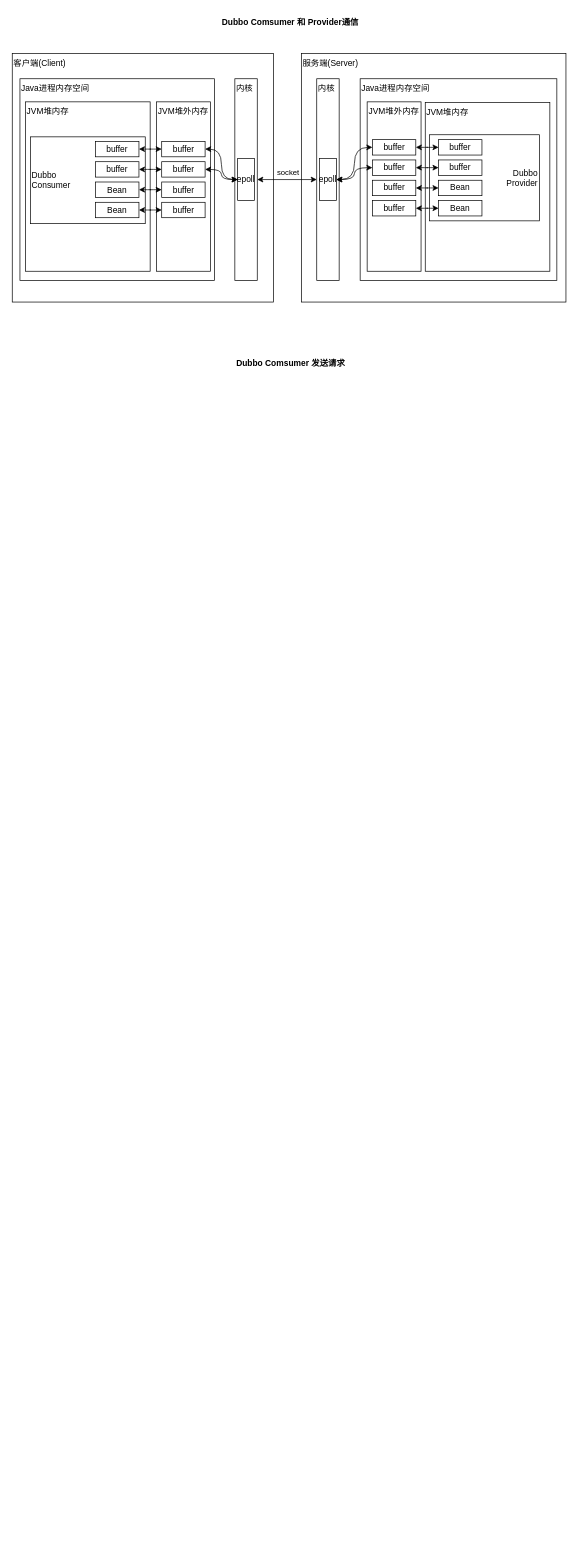
Above: fakeDubbo.drawio in catface996/images (draw.io), before the change. Source tidied: cells renumbered, new cells numbered last; positions are measured from the earlier drawing's top-left corner, leaving out a move shared by most shapes. Both pictures are drawn from the tidied source at 70%, with x=0, y=0 at pixel (12, 15).
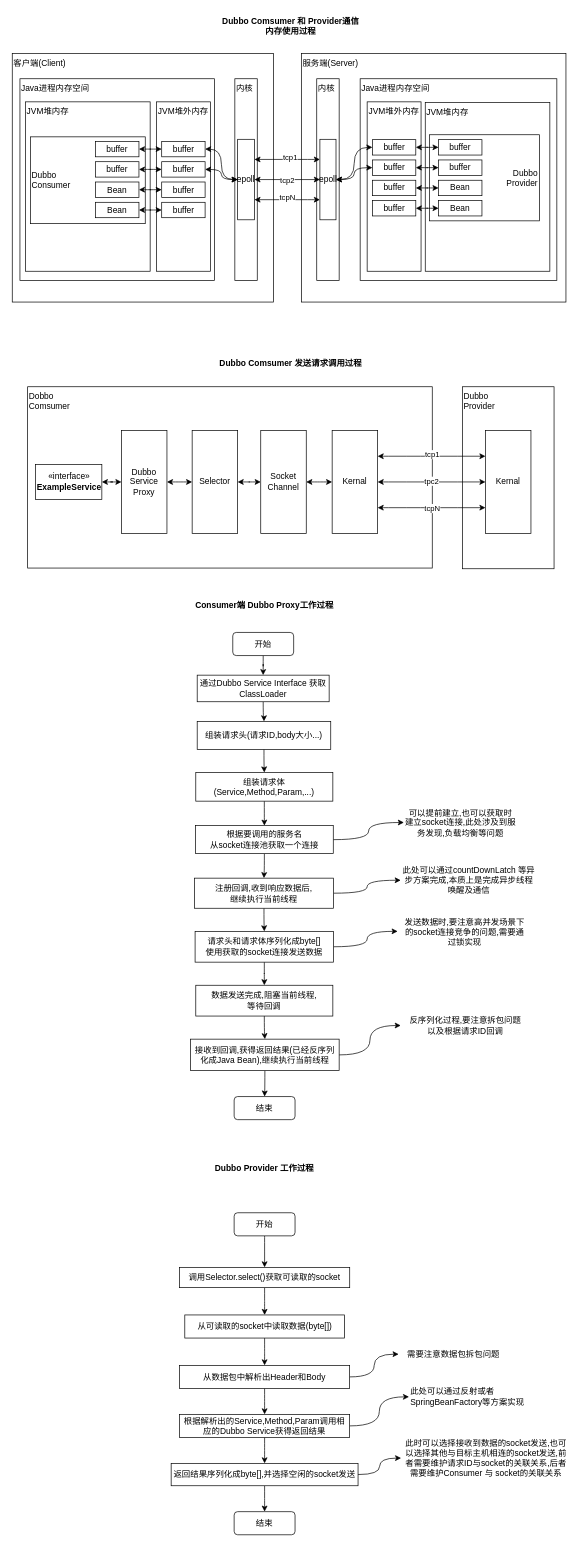
Above is the later version.

The change refers to these unchanged cells:
```xml
<mxCell id="7" value="内核" style="rounded=0;whiteSpace=wrap;html=1;align=left;verticalAlign=top;" parent="1" vertex="1">
  <mxGeometry x="318" y="90" width="32" height="288" as="geometry" />
</mxCell>
<mxCell id="8" value="内核" style="rounded=0;whiteSpace=wrap;html=1;align=left;verticalAlign=top;" parent="1" vertex="1">
  <mxGeometry x="435" y="90" width="32" height="288" as="geometry" />
</mxCell>
```

The edit, as a diff of the source:
```diff
@@
-    <mxCell id="5" style="edgeStyle=orthogonalEdgeStyle;rounded=0;jettySize=auto;html=1;entryX=0;entryY=0.5;entryDx=0;entryDy=0;startArrow=classic;startFill=1;" parent="1" edge="1" source="7" target="8">
-      <mxGeometry relative="1" as="geometry" />
-    </mxCell>
-    <mxCell id="6" value="socket" style="edgeLabel;html=1;align=center;verticalAlign=middle;labelBackgroundColor=none;" parent="5" vertex="1">
-      <mxGeometry relative="1" as="geometry">
-        <mxPoint y="-11" as="offset" />
-      </mxGeometry>
-    </mxCell>
@@
     <mxCell id="10" value="epoll" style="rounded=0;whiteSpace=wrap;html=1;labelBackgroundColor=none;align=center;verticalAlign=middle;" parent="1" vertex="1">
-      <mxGeometry x="322" y="204" width="24" height="60" as="geometry" />
+      <mxGeometry x="322" y="176.5" width="24" height="115" as="geometry" />
     </mxCell>
+    <mxCell id="48" style="edgeStyle=orthogonalEdgeStyle;curved=1;rounded=0;jettySize=auto;html=1;entryX=1;entryY=0.25;entryDx=0;entryDy=0;startArrow=classic;startFill=1;exitX=0;exitY=0.25;exitDx=0;exitDy=0;" parent="1" edge="1" source="11" target="10">
+      <mxGeometry relative="1" as="geometry" />
+    </mxCell>
+    <mxCell id="49" value="tcp1" style="edgeLabel;html=1;align=center;verticalAlign=middle;" parent="48" vertex="1">
+      <mxGeometry x="-0.09" y="-3" relative="1" as="geometry" />
+    </mxCell>
+    <mxCell id="50" style="edgeStyle=orthogonalEdgeStyle;curved=1;rounded=0;jettySize=auto;html=1;entryX=1;entryY=0.75;entryDx=0;entryDy=0;startArrow=classic;startFill=1;exitX=0;exitY=0.75;exitDx=0;exitDy=0;" parent="1" edge="1" source="11" target="10">
+      <mxGeometry relative="1" as="geometry" />
+    </mxCell>
+    <mxCell id="51" value="tcpN" style="edgeLabel;html=1;align=center;verticalAlign=middle;" parent="50" vertex="1">
+      <mxGeometry x="0.01" y="-3" relative="1" as="geometry" />
+    </mxCell>
     <mxCell id="11" value="epoll" style="rounded=0;whiteSpace=wrap;html=1;labelBackgroundColor=none;align=center;verticalAlign=middle;" parent="1" vertex="1">
-      <mxGeometry x="439" y="204" width="24" height="60" as="geometry" />
+      <mxGeometry x="439.5" y="176.5" width="23" height="115" as="geometry" />
     </mxCell>
@@
-    <mxCell id="46" value="Dubbo Comsumer 和 Provider通信" style="text;html=1;strokeColor=none;fillColor=none;align=center;verticalAlign=middle;whiteSpace=wrap;rounded=0;labelBackgroundColor=none;fontStyle=1;" parent="1" vertex="1">
-      <mxGeometry x="267" width="261" height="20" as="geometry" />
+    <mxCell id="46" value="Dubbo Comsumer 和 Provider通信&lt;br&gt;内存使用过程" style="text;html=1;strokeColor=none;fillColor=none;align=center;verticalAlign=middle;whiteSpace=wrap;rounded=0;labelBackgroundColor=none;fontStyle=1;" parent="1" vertex="1">
+      <mxGeometry x="266" y="-5" width="264" height="39" as="geometry" />
     </mxCell>
-    <mxCell id="47" value="Dubbo Comsumer 发送请求" style="text;html=1;strokeColor=none;fillColor=none;align=center;verticalAlign=middle;whiteSpace=wrap;rounded=0;labelBackgroundColor=none;fontStyle=1;" parent="1" vertex="1">
-      <mxGeometry x="303" y="487" width="190" height="20" as="geometry" />
+    <mxCell id="47" value="Dubbo Comsumer 发送请求调用过程" style="text;html=1;strokeColor=none;fillColor=none;align=center;verticalAlign=middle;whiteSpace=wrap;rounded=0;labelBackgroundColor=none;fontStyle=1;" parent="1" vertex="1">
+      <mxGeometry x="280" y="487" width="236" height="20" as="geometry" />
     </mxCell>
+    <mxCell id="52" value="Dobbo&lt;br&gt;Comsumer" style="rounded=0;whiteSpace=wrap;html=1;labelBackgroundColor=none;align=left;verticalAlign=top;" parent="1" vertex="1">
+      <mxGeometry x="22" y="530" width="578" height="259" as="geometry" />
+    </mxCell>
+    <mxCell id="53" style="edgeStyle=orthogonalEdgeStyle;curved=1;rounded=0;jettySize=auto;html=1;entryX=0;entryY=0.5;entryDx=0;entryDy=0;startArrow=classic;startFill=1;" parent="1" edge="1" source="54" target="56">
+      <mxGeometry relative="1" as="geometry" />
+    </mxCell>
+    <mxCell id="54" value="«interface»&lt;br&gt;&lt;b&gt;ExampleService&lt;/b&gt;" style="html=1;labelBackgroundColor=none;align=center;verticalAlign=middle;" parent="1" vertex="1">
+      <mxGeometry x="33" y="641" width="95" height="50" as="geometry" />
+    </mxCell>
+    <mxCell id="55" style="edgeStyle=orthogonalEdgeStyle;curved=1;rounded=0;jettySize=auto;html=1;entryX=0;entryY=0.5;entryDx=0;entryDy=0;startArrow=classic;startFill=1;" parent="1" edge="1" source="56" target="58">
+      <mxGeometry relative="1" as="geometry" />
+    </mxCell>
+    <mxCell id="56" value="Dubbo&lt;br&gt;Service&lt;br&gt;Proxy" style="rounded=0;whiteSpace=wrap;html=1;labelBackgroundColor=none;align=center;verticalAlign=middle;" parent="1" vertex="1">
+      <mxGeometry x="156" y="592.5" width="65" height="147" as="geometry" />
+    </mxCell>
+    <mxCell id="57" style="edgeStyle=orthogonalEdgeStyle;curved=1;rounded=0;jettySize=auto;html=1;entryX=0;entryY=0.5;entryDx=0;entryDy=0;startArrow=classic;startFill=1;" parent="1" edge="1" source="58" target="60">
+      <mxGeometry relative="1" as="geometry" />
+    </mxCell>
+    <mxCell id="58" value="Selector" style="rounded=0;whiteSpace=wrap;html=1;labelBackgroundColor=none;align=center;verticalAlign=middle;" parent="1" vertex="1">
+      <mxGeometry x="257" y="592.5" width="65" height="147" as="geometry" />
+    </mxCell>
+    <mxCell id="59" style="edgeStyle=orthogonalEdgeStyle;curved=1;rounded=0;jettySize=auto;html=1;entryX=0;entryY=0.5;entryDx=0;entryDy=0;startArrow=classic;startFill=1;" parent="1" edge="1" source="60" target="61">
+      <mxGeometry relative="1" as="geometry" />
+    </mxCell>
+    <mxCell id="60" value="Socket&lt;br&gt;Channel" style="rounded=0;whiteSpace=wrap;html=1;labelBackgroundColor=none;align=center;verticalAlign=middle;" parent="1" vertex="1">
+      <mxGeometry x="355" y="592.5" width="65" height="147" as="geometry" />
+    </mxCell>
+    <mxCell id="61" value="Kernal" style="rounded=0;whiteSpace=wrap;html=1;labelBackgroundColor=none;align=center;verticalAlign=middle;" parent="1" vertex="1">
+      <mxGeometry x="457" y="592.5" width="65" height="147" as="geometry" />
+    </mxCell>
+    <mxCell id="62" value="Dubbo&lt;br&gt;Provider" style="rounded=0;whiteSpace=wrap;html=1;labelBackgroundColor=none;align=left;verticalAlign=top;" parent="1" vertex="1">
+      <mxGeometry x="643" y="530" width="131" height="260" as="geometry" />
+    </mxCell>
+    <mxCell id="63" value="Kernal" style="rounded=0;whiteSpace=wrap;html=1;labelBackgroundColor=none;align=center;verticalAlign=middle;" parent="1" vertex="1">
+      <mxGeometry x="676" y="592.5" width="65" height="147" as="geometry" />
+    </mxCell>
+    <mxCell id="5" style="edgeStyle=orthogonalEdgeStyle;rounded=0;jettySize=auto;html=1;entryX=0;entryY=0.5;entryDx=0;entryDy=0;startArrow=classic;startFill=1;exitX=1;exitY=0.5;exitDx=0;exitDy=0;" parent="1" edge="1" source="10" target="11">
+      <mxGeometry relative="1" as="geometry" />
+    </mxCell>
+    <mxCell id="64" value="tcp2" style="edgeLabel;html=1;align=center;verticalAlign=middle;" parent="5" vertex="1">
+      <mxGeometry x="-0.01" relative="1" as="geometry" />
+    </mxCell>
+    <mxCell id="65" style="edgeStyle=orthogonalEdgeStyle;curved=1;rounded=0;jettySize=auto;html=1;entryX=0;entryY=0.5;entryDx=0;entryDy=0;startArrow=classic;startFill=1;" parent="1" edge="1" source="61" target="63">
+      <mxGeometry relative="1" as="geometry" />
+    </mxCell>
+    <mxCell id="66" value="tpc2" style="edgeLabel;html=1;align=center;verticalAlign=middle;" parent="65" vertex="1">
+      <mxGeometry x="0.1" y="2" relative="1" as="geometry">
+        <mxPoint x="-9" as="offset" />
+      </mxGeometry>
+    </mxCell>
+    <mxCell id="67" style="edgeStyle=orthogonalEdgeStyle;curved=1;rounded=0;jettySize=auto;html=1;entryX=0;entryY=0.25;entryDx=0;entryDy=0;startArrow=classic;startFill=1;exitX=1;exitY=0.25;exitDx=0;exitDy=0;" parent="1" edge="1" source="61" target="63">
+      <mxGeometry relative="1" as="geometry" />
+    </mxCell>
+    <mxCell id="68" value="tcp1" style="edgeLabel;html=1;align=center;verticalAlign=middle;" parent="67" vertex="1">
+      <mxGeometry y="3" relative="1" as="geometry" />
+    </mxCell>
+    <mxCell id="69" style="edgeStyle=orthogonalEdgeStyle;curved=1;rounded=0;jettySize=auto;html=1;entryX=0;entryY=0.75;entryDx=0;entryDy=0;startArrow=classic;startFill=1;exitX=1;exitY=0.75;exitDx=0;exitDy=0;" parent="1" edge="1" source="61" target="63">
+      <mxGeometry relative="1" as="geometry" />
+    </mxCell>
+    <mxCell id="70" value="tcpN" style="edgeLabel;html=1;align=center;verticalAlign=middle;" parent="69" vertex="1">
+      <mxGeometry y="-1" relative="1" as="geometry" />
+    </mxCell>
+    <mxCell id="71" value="Consumer端 Dubbo Proxy工作过程" style="text;html=1;strokeColor=none;fillColor=none;align=center;verticalAlign=middle;whiteSpace=wrap;rounded=0;labelBackgroundColor=none;fontStyle=1;" parent="1" vertex="1">
+      <mxGeometry x="184" y="826" width="353" height="33" as="geometry" />
+    </mxCell>
+    <mxCell id="72" style="edgeStyle=orthogonalEdgeStyle;curved=1;rounded=0;jettySize=auto;html=1;entryX=0.5;entryY=0;entryDx=0;entryDy=0;startArrow=none;startFill=0;" parent="1" edge="1" source="73" target="75">
+      <mxGeometry relative="1" as="geometry" />
+    </mxCell>
+    <mxCell id="73" value="开始" style="rounded=1;whiteSpace=wrap;html=1;labelBackgroundColor=none;align=center;verticalAlign=middle;" parent="1" vertex="1">
+      <mxGeometry x="315" y="881" width="87" height="33" as="geometry" />
+    </mxCell>
+    <mxCell id="74" style="edgeStyle=orthogonalEdgeStyle;curved=1;rounded=0;jettySize=auto;html=1;entryX=0.5;entryY=0;entryDx=0;entryDy=0;startArrow=none;startFill=0;" parent="1" edge="1" source="75" target="77">
+      <mxGeometry relative="1" as="geometry" />
+    </mxCell>
+    <mxCell id="75" value="通过Dubbo Service Interface 获取 ClassLoader" style="rounded=0;whiteSpace=wrap;html=1;labelBackgroundColor=none;align=center;verticalAlign=middle;" parent="1" vertex="1">
+      <mxGeometry x="264.2" y="942" width="188.5" height="38" as="geometry" />
+    </mxCell>
+    <mxCell id="76" style="edgeStyle=orthogonalEdgeStyle;curved=1;rounded=0;jettySize=auto;html=1;entryX=0.5;entryY=0;entryDx=0;entryDy=0;startArrow=none;startFill=0;" parent="1" edge="1" source="77" target="80">
+      <mxGeometry relative="1" as="geometry" />
+    </mxCell>
+    <mxCell id="77" value="组装请求头(请求ID,body大小...)" style="rounded=0;whiteSpace=wrap;html=1;labelBackgroundColor=none;align=center;verticalAlign=middle;" parent="1" vertex="1">
+      <mxGeometry x="264.2" y="1008" width="190.8" height="40" as="geometry" />
+    </mxCell>
+    <mxCell id="78" style="edgeStyle=orthogonalEdgeStyle;curved=1;rounded=0;jettySize=auto;html=1;startArrow=none;startFill=0;exitX=1;exitY=0.5;exitDx=0;exitDy=0;" parent="1" edge="1" source="82" target="91">
+      <mxGeometry relative="1" as="geometry" />
+    </mxCell>
+    <mxCell id="79" style="edgeStyle=orthogonalEdgeStyle;curved=1;rounded=0;jettySize=auto;html=1;startArrow=none;startFill=0;" parent="1" edge="1" source="80" target="82">
+      <mxGeometry relative="1" as="geometry" />
+    </mxCell>
+    <mxCell id="80" value="组装请求体(Service,Method,Param,...)" style="rounded=0;whiteSpace=wrap;html=1;labelBackgroundColor=none;align=center;verticalAlign=middle;" parent="1" vertex="1">
+      <mxGeometry x="262.2" y="1081" width="195.8" height="41" as="geometry" />
+    </mxCell>
+    <mxCell id="81" style="edgeStyle=orthogonalEdgeStyle;curved=1;rounded=0;jettySize=auto;html=1;startArrow=none;startFill=0;" parent="1" edge="1" source="82" target="88">
+      <mxGeometry relative="1" as="geometry" />
+    </mxCell>
+    <mxCell id="82" value="根据要调用的服务名&lt;br&gt;从socket连接池获取一个连接" style="rounded=0;whiteSpace=wrap;html=1;labelBackgroundColor=none;align=center;verticalAlign=middle;" parent="1" vertex="1">
+      <mxGeometry x="261.8" y="1157" width="196.8" height="40" as="geometry" />
+    </mxCell>
+    <mxCell id="83" style="edgeStyle=orthogonalEdgeStyle;curved=1;rounded=0;jettySize=auto;html=1;startArrow=none;startFill=0;" parent="1" edge="1" source="85" target="90">
+      <mxGeometry relative="1" as="geometry" />
+    </mxCell>
+    <mxCell id="84" style="edgeStyle=orthogonalEdgeStyle;curved=1;rounded=0;jettySize=auto;html=1;entryX=-0.024;entryY=0.485;entryDx=0;entryDy=0;entryPerimeter=0;startArrow=none;startFill=0;" parent="1" edge="1" source="85" target="97">
+      <mxGeometry relative="1" as="geometry" />
+    </mxCell>
+    <mxCell id="85" value="请求头和请求体序列化成byte[]&lt;br&gt;使用获取的socket连接发送数据" style="rounded=0;whiteSpace=wrap;html=1;labelBackgroundColor=none;align=center;verticalAlign=middle;" parent="1" vertex="1">
+      <mxGeometry x="261.2" y="1308" width="197.8" height="44" as="geometry" />
+    </mxCell>
+    <mxCell id="86" style="edgeStyle=orthogonalEdgeStyle;curved=1;rounded=0;jettySize=auto;html=1;entryX=0.5;entryY=0;entryDx=0;entryDy=0;startArrow=none;startFill=0;" parent="1" edge="1" source="88" target="85">
+      <mxGeometry relative="1" as="geometry" />
+    </mxCell>
+    <mxCell id="87" style="edgeStyle=orthogonalEdgeStyle;curved=1;rounded=0;jettySize=auto;html=1;entryX=0;entryY=0.5;entryDx=0;entryDy=0;startArrow=none;startFill=0;" parent="1" edge="1" source="88" target="96">
+      <mxGeometry relative="1" as="geometry" />
+    </mxCell>
+    <mxCell id="88" value="注册回调,收到响应数据后,&lt;br&gt;继续执行当前线程" style="rounded=0;whiteSpace=wrap;html=1;labelBackgroundColor=none;align=center;verticalAlign=middle;" parent="1" vertex="1">
+      <mxGeometry x="260.2" y="1232" width="198.8" height="43" as="geometry" />
+    </mxCell>
+    <mxCell id="89" style="edgeStyle=orthogonalEdgeStyle;curved=1;rounded=0;jettySize=auto;html=1;startArrow=none;startFill=0;" parent="1" edge="1" source="90" target="94">
+      <mxGeometry relative="1" as="geometry" />
+    </mxCell>
+    <mxCell id="90" value="数据发送完成,阻塞当前线程,&lt;br&gt;等待回调" style="rounded=0;whiteSpace=wrap;html=1;labelBackgroundColor=none;align=center;verticalAlign=middle;" parent="1" vertex="1">
+      <mxGeometry x="262.2" y="1385" width="195.8" height="44" as="geometry" />
+    </mxCell>
+    <mxCell id="91" value="可以提前建立,也可以获取时建立socket连接,此处涉及到服务发现,负载均衡等问题" style="text;html=1;strokeColor=none;fillColor=none;align=center;verticalAlign=middle;whiteSpace=wrap;rounded=0;labelBackgroundColor=none;" parent="1" vertex="1">
+      <mxGeometry x="559.5" y="1132" width="161" height="41" as="geometry" />
+    </mxCell>
+    <mxCell id="92" style="edgeStyle=orthogonalEdgeStyle;curved=1;rounded=0;jettySize=auto;html=1;startArrow=none;startFill=0;" parent="1" edge="1" source="94" target="95">
+      <mxGeometry relative="1" as="geometry" />
+    </mxCell>
+    <mxCell id="93" style="edgeStyle=orthogonalEdgeStyle;curved=1;rounded=0;jettySize=auto;html=1;entryX=0;entryY=0.5;entryDx=0;entryDy=0;startArrow=none;startFill=0;" parent="1" edge="1" source="94" target="98">
+      <mxGeometry relative="1" as="geometry" />
+    </mxCell>
+    <mxCell id="94" value="接收到回调,获得返回结果(已经反序列化成Java Bean),继续执行当前线程" style="rounded=0;whiteSpace=wrap;html=1;labelBackgroundColor=none;align=center;verticalAlign=middle;" parent="1" vertex="1">
+      <mxGeometry x="254.8" y="1462" width="212.2" height="45" as="geometry" />
+    </mxCell>
+    <mxCell id="95" value="结束" style="rounded=1;whiteSpace=wrap;html=1;labelBackgroundColor=none;align=center;verticalAlign=middle;" parent="1" vertex="1">
+      <mxGeometry x="317" y="1544" width="87" height="33" as="geometry" />
+    </mxCell>
+    <mxCell id="96" value="此处可以通过countDownLatch 等异步方案完成,本质上是完成异步线程唤醒及通信" style="text;html=1;strokeColor=none;fillColor=none;align=center;verticalAlign=middle;whiteSpace=wrap;rounded=0;labelBackgroundColor=none;" parent="1" vertex="1">
+      <mxGeometry x="555" y="1207" width="195" height="56" as="geometry" />
+    </mxCell>
+    <mxCell id="97" value="发送数据时,要注意高并发场景下的socket连接竞争的问题,需要通过锁实现" style="text;html=1;strokeColor=none;fillColor=none;align=center;verticalAlign=middle;whiteSpace=wrap;rounded=0;labelBackgroundColor=none;" parent="1" vertex="1">
+      <mxGeometry x="555" y="1292" width="183" height="33" as="geometry" />
+    </mxCell>
+    <mxCell id="98" value="反序列化过程,要注意拆包问题&lt;br&gt;以及根据请求ID回调" style="text;html=1;strokeColor=none;fillColor=none;align=center;verticalAlign=middle;whiteSpace=wrap;rounded=0;labelBackgroundColor=none;" parent="1" vertex="1">
+      <mxGeometry x="555" y="1423" width="185" height="39" as="geometry" />
+    </mxCell>
+    <mxCell id="99" value="Dubbo Provider 工作过程" style="text;html=1;strokeColor=none;fillColor=none;align=center;verticalAlign=middle;whiteSpace=wrap;rounded=0;labelBackgroundColor=none;fontStyle=1;" parent="1" vertex="1">
+      <mxGeometry x="195.7" y="1627" width="328.9" height="39" as="geometry" />
+    </mxCell>
+    <mxCell id="100" style="edgeStyle=orthogonalEdgeStyle;curved=1;rounded=0;jettySize=auto;html=1;entryX=0.5;entryY=0;entryDx=0;entryDy=0;startArrow=none;startFill=0;" parent="1" edge="1" source="101" target="103">
+      <mxGeometry relative="1" as="geometry" />
+    </mxCell>
+    <mxCell id="101" value="开始" style="rounded=1;whiteSpace=wrap;html=1;labelBackgroundColor=none;align=center;verticalAlign=middle;" parent="1" vertex="1">
+      <mxGeometry x="317" y="1710" width="87" height="33" as="geometry" />
+    </mxCell>
+    <mxCell id="102" style="edgeStyle=orthogonalEdgeStyle;curved=1;rounded=0;jettySize=auto;html=1;entryX=0.5;entryY=0;entryDx=0;entryDy=0;startArrow=none;startFill=0;" parent="1" edge="1" source="103" target="105">
+      <mxGeometry relative="1" as="geometry" />
+    </mxCell>
+    <mxCell id="103" value="调用Selector.select()获取可读取的socket" style="rounded=0;whiteSpace=wrap;html=1;labelBackgroundColor=none;align=center;verticalAlign=middle;" parent="1" vertex="1">
+      <mxGeometry x="238.9" y="1788" width="243.2" height="29" as="geometry" />
+    </mxCell>
+    <mxCell id="104" style="edgeStyle=orthogonalEdgeStyle;curved=1;rounded=0;jettySize=auto;html=1;entryX=0.5;entryY=0;entryDx=0;entryDy=0;startArrow=none;startFill=0;" parent="1" edge="1" source="105" target="108">
+      <mxGeometry relative="1" as="geometry" />
+    </mxCell>
+    <mxCell id="105" value="从可读取的socket中读取数据(byte[])" style="rounded=0;whiteSpace=wrap;html=1;labelBackgroundColor=none;align=center;verticalAlign=middle;" parent="1" vertex="1">
+      <mxGeometry x="246.5" y="1856" width="228" height="33" as="geometry" />
+    </mxCell>
+    <mxCell id="106" style="edgeStyle=orthogonalEdgeStyle;curved=1;rounded=0;jettySize=auto;html=1;entryX=0.5;entryY=0;entryDx=0;entryDy=0;startArrow=none;startFill=0;" parent="1" edge="1" source="108" target="111">
+      <mxGeometry relative="1" as="geometry" />
+    </mxCell>
+    <mxCell id="107" style="edgeStyle=orthogonalEdgeStyle;curved=1;rounded=0;jettySize=auto;html=1;entryX=0;entryY=0.5;entryDx=0;entryDy=0;startArrow=none;startFill=0;" parent="1" edge="1" source="108" target="118">
+      <mxGeometry relative="1" as="geometry" />
+    </mxCell>
+    <mxCell id="108" value="从数据包中解析出Header和Body" style="rounded=0;whiteSpace=wrap;html=1;labelBackgroundColor=none;align=center;verticalAlign=middle;" parent="1" vertex="1">
+      <mxGeometry x="239" y="1928" width="243" height="33" as="geometry" />
+    </mxCell>
+    <mxCell id="109" style="edgeStyle=orthogonalEdgeStyle;curved=1;rounded=0;jettySize=auto;html=1;entryX=0.5;entryY=0;entryDx=0;entryDy=0;startArrow=none;startFill=0;" parent="1" edge="1" source="111" target="114">
+      <mxGeometry relative="1" as="geometry" />
+    </mxCell>
+    <mxCell id="110" style="edgeStyle=orthogonalEdgeStyle;curved=1;rounded=0;jettySize=auto;html=1;entryX=0;entryY=0.5;entryDx=0;entryDy=0;startArrow=none;startFill=0;" parent="1" edge="1" source="111" target="117">
+      <mxGeometry relative="1" as="geometry" />
+    </mxCell>
+    <mxCell id="111" value="根据解析出的Service,Method,Param调用相应的Dubbo Service获得返回结果" style="rounded=0;whiteSpace=wrap;html=1;labelBackgroundColor=none;align=center;verticalAlign=middle;" parent="1" vertex="1">
+      <mxGeometry x="239" y="1998" width="243" height="33" as="geometry" />
+    </mxCell>
+    <mxCell id="112" style="edgeStyle=orthogonalEdgeStyle;curved=1;rounded=0;jettySize=auto;html=1;entryX=0;entryY=0.5;entryDx=0;entryDy=0;startArrow=none;startFill=0;" parent="1" edge="1" source="114" target="115">
+      <mxGeometry relative="1" as="geometry" />
+    </mxCell>
+    <mxCell id="113" style="edgeStyle=orthogonalEdgeStyle;curved=1;rounded=0;jettySize=auto;html=1;entryX=0.5;entryY=0;entryDx=0;entryDy=0;startArrow=none;startFill=0;" parent="1" edge="1" source="114" target="116">
+      <mxGeometry relative="1" as="geometry" />
+    </mxCell>
+    <mxCell id="114" value="返回结果序列化成byte[],并选择空闲的socket发送" style="rounded=0;whiteSpace=wrap;html=1;labelBackgroundColor=none;align=center;verticalAlign=middle;" parent="1" vertex="1">
+      <mxGeometry x="227" y="2068" width="267" height="32" as="geometry" />
+    </mxCell>
+    <mxCell id="115" value="此时可以选择接收到数据的socket发送,也可以选择其他与目标主机相连的socket发送,前者需要维护请求ID与socket的关联关系,后者需要维护Consumer 与 socket的关联关系" style="text;html=1;strokeColor=none;fillColor=none;align=center;verticalAlign=middle;whiteSpace=wrap;rounded=0;labelBackgroundColor=none;" parent="1" vertex="1">
+      <mxGeometry x="555.5" y="2037" width="241.5" height="47" as="geometry" />
+    </mxCell>
+    <mxCell id="116" value="结束" style="rounded=1;whiteSpace=wrap;html=1;labelBackgroundColor=none;align=center;verticalAlign=middle;" parent="1" vertex="1">
+      <mxGeometry x="317" y="2137" width="87" height="33" as="geometry" />
+    </mxCell>
+    <mxCell id="117" value="此处可以通过反射或者SpringBeanFactory等方案实现" style="text;html=1;strokeColor=none;fillColor=none;align=left;verticalAlign=middle;whiteSpace=wrap;rounded=0;labelBackgroundColor=none;" parent="1" vertex="1">
+      <mxGeometry x="566.8" y="1952" width="219" height="42" as="geometry" />
+    </mxCell>
+    <mxCell id="118" value="需要注意数据包拆包问题" style="text;html=1;strokeColor=none;fillColor=none;align=center;verticalAlign=middle;whiteSpace=wrap;rounded=0;labelBackgroundColor=none;" parent="1" vertex="1">
+      <mxGeometry x="552" y="1899" width="156.5" height="26" as="geometry" />
+    </mxCell>
```
